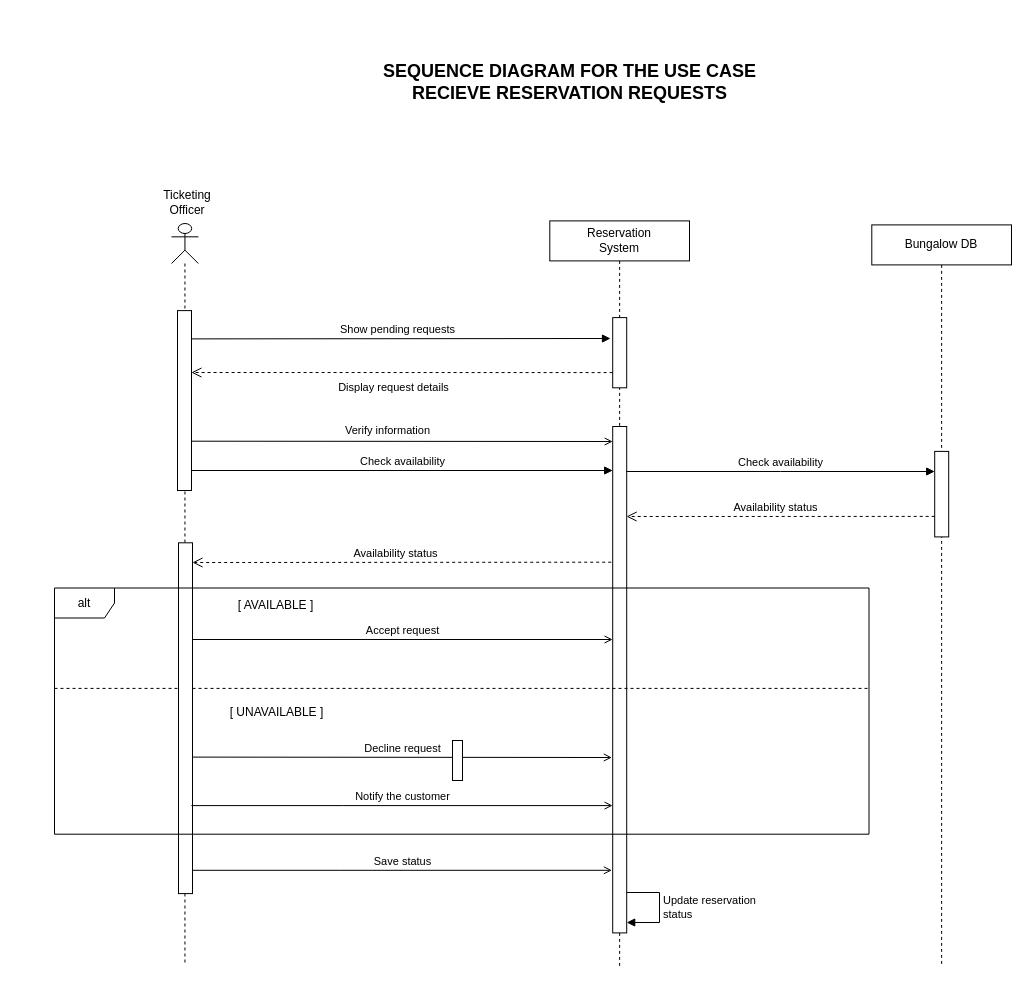
Earlier version of the draw.io diagram reservation_requests/Reservation_req_SD.drawio (Thisu2002/SE_Assignment). Source tidied: cells renumbered, new cells numbered last; positions are measured from the earlier drawing's top-left corner, leaving out a move shared by most shapes. Both pictures are drawn from the tidied source at 100%, with x=0, y=0 at pixel (54, 17).
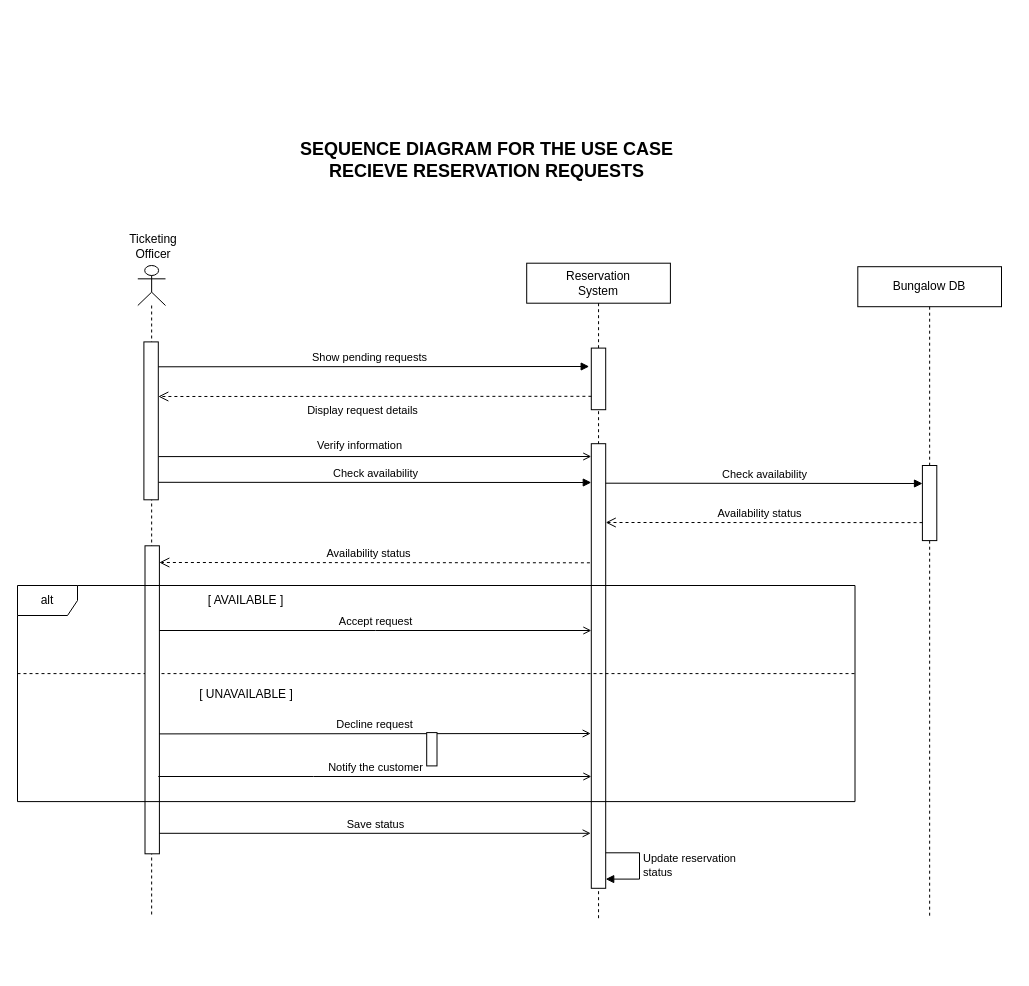
The same page after the edit.

The edit, as a diff of the source:
```diff
@@
+    <mxCell id="31" style="group;" parent="1" vertex="1">
+      <mxGeometry x="-37" y="113" width="984" height="792" as="geometry" />
+    </mxCell>
-    <mxCell id="2" style="group;" parent="1" vertex="1">
-      <mxGeometry width="957" height="951" as="geometry" />
+    <mxCell id="2" style="group;" parent="31" vertex="1">
+      <mxGeometry y="-3" width="984" height="792" as="geometry" />
     </mxCell>
+    <mxCell id="12" value="&lt;font style=&quot;font-size: 18px;&quot;&gt;&lt;b&gt;SEQUENCE DIAGRAM FOR THE USE CASE RECIEVE RESERVATION REQUESTS&lt;/b&gt;&lt;/font&gt;" style="text;html=1;strokeColor=none;fillColor=none;align=center;verticalAlign=middle;whiteSpace=wrap;rounded=0;" parent="2" vertex="1">
+      <mxGeometry x="247" width="445.3" height="65.6" as="geometry" />
+    </mxCell>
+    <mxCell id="32" style="group;" parent="2" vertex="1">
+      <mxGeometry y="103" width="984" height="689" as="geometry" />
+    </mxCell>
-    <mxCell id="3" value="Reservation&lt;div&gt;System&lt;/div&gt;" style="shape=umlLifeline;perimeter=lifelinePerimeter;whiteSpace=wrap;html=1;newEdgeStyle={&quot;edgeStyle&quot;:&quot;elbowEdgeStyle&quot;,&quot;elbow&quot;:&quot;vertical&quot;,&quot;curved&quot;:0,&quot;rounded&quot;:0};" parent="2" vertex="1">
-      <mxGeometry x="495.3" y="203.4" width="139.7" height="747.6" as="geometry" />
+    <mxCell id="3" value="Reservation&lt;div&gt;System&lt;/div&gt;" style="shape=umlLifeline;perimeter=lifelinePerimeter;whiteSpace=wrap;html=1;newEdgeStyle={&quot;edgeStyle&quot;:&quot;elbowEdgeStyle&quot;,&quot;elbow&quot;:&quot;vertical&quot;,&quot;curved&quot;:0,&quot;rounded&quot;:0};" parent="32" vertex="1">
+      <mxGeometry x="509.2" y="32.7" width="143.7" height="656.3" as="geometry" />
     </mxCell>
     <mxCell id="4" style="html=1;points=[];perimeter=orthogonalPerimeter;outlineConnect=0;targetShapes=umlLifeline;portConstraint=eastwest;newEdgeStyle={&quot;edgeStyle&quot;:&quot;elbowEdgeStyle&quot;,&quot;elbow&quot;:&quot;vertical&quot;,&quot;curved&quot;:0,&quot;rounded&quot;:0};" parent="3" vertex="1">
-      <mxGeometry x="62.9" y="205.6" width="14" height="506.4" as="geometry" />
+      <mxGeometry x="64.6" y="180.5" width="14.4" height="444.6" as="geometry" />
     </mxCell>
     <mxCell id="5" style="html=1;perimeter=orthogonalPerimeter;targetShapes=umlLifeline;newEdgeStyle={&quot;edgeStyle&quot;:&quot;elbowEdgeStyle&quot;,&quot;elbow&quot;:&quot;vertical&quot;,&quot;curved&quot;:0,&quot;rounded&quot;:0};" parent="3" vertex="1">
-      <mxGeometry x="62.9" y="96.7" width="14" height="70.2" as="geometry" />
+      <mxGeometry x="64.6" y="84.9" width="14.4" height="61.6" as="geometry" />
     </mxCell>
     <mxCell id="6" value="Update reservation&lt;div&gt;status&lt;/div&gt;" style="html=1;align=left;spacingLeft=2;endArrow=block;rounded=0;edgeStyle=orthogonalEdgeStyle;curved=0;rounded=0;" parent="3" edge="1" source="4" target="4">
       <mxGeometry relative="1" as="geometry">
         <Array as="points">
-          <mxPoint x="109.7" y="671.6" />
-          <mxPoint x="109.7" y="701.6" />
+          <mxPoint x="112.8" y="589.6" />
+          <mxPoint x="112.8" y="615.9" />
         </Array>
       </mxGeometry>
     </mxCell>
-    <mxCell id="7" value="Bungalow DB" style="shape=umlLifeline;perimeter=lifelinePerimeter;whiteSpace=wrap;html=1;newEdgeStyle={&quot;edgeStyle&quot;:&quot;elbowEdgeStyle&quot;,&quot;elbow&quot;:&quot;vertical&quot;,&quot;curved&quot;:0,&quot;rounded&quot;:0};" parent="2" vertex="1">
-      <mxGeometry x="817.3" y="207.4" width="139.7" height="740.6" as="geometry" />
+    <mxCell id="7" value="Bungalow DB" style="shape=umlLifeline;perimeter=lifelinePerimeter;whiteSpace=wrap;html=1;newEdgeStyle={&quot;edgeStyle&quot;:&quot;elbowEdgeStyle&quot;,&quot;elbow&quot;:&quot;vertical&quot;,&quot;curved&quot;:0,&quot;rounded&quot;:0};" parent="32" vertex="1">
+      <mxGeometry x="840.3" y="36.2" width="143.7" height="650.2" as="geometry" />
     </mxCell>
     <mxCell id="8" style="html=1;perimeter=orthogonalPerimeter;targetShapes=umlLifeline;newEdgeStyle={&quot;edgeStyle&quot;:&quot;elbowEdgeStyle&quot;,&quot;elbow&quot;:&quot;vertical&quot;,&quot;curved&quot;:0,&quot;rounded&quot;:0};" parent="7" vertex="1">
-      <mxGeometry x="62.9" y="226.5" width="14" height="85.5" as="geometry" />
+      <mxGeometry x="64.6" y="198.8" width="14.4" height="75.1" as="geometry" />
     </mxCell>
-    <mxCell id="9" value="Show pending requests" style="html=1;verticalAlign=bottom;endArrow=block;edgeStyle=elbowEdgeStyle;elbow=vertical;curved=0;rounded=0;" parent="2" edge="1">
+    <mxCell id="9" value="Show pending requests" style="html=1;verticalAlign=bottom;endArrow=block;edgeStyle=elbowEdgeStyle;elbow=vertical;curved=0;rounded=0;" parent="32" edge="1">
       <mxGeometry relative="1" as="geometry">
-        <mxPoint x="129.9" y="321.4" as="sourcePoint" />
-        <mxPoint x="556" y="321.4" as="targetPoint" />
+        <mxPoint x="133.6" y="136.3" as="sourcePoint" />
+        <mxPoint x="571.7" y="136.3" as="targetPoint" />
       </mxGeometry>
     </mxCell>
-    <mxCell id="10" style="endArrow=none;dashed=1;html=1;rounded=0;exitX=-0.001;exitY=0.547;exitDx=0;exitDy=0;exitPerimeter=0;entryX=0.999;entryY=0.547;entryDx=0;entryDy=0;entryPerimeter=0;" parent="2" edge="1">
+    <mxCell id="10" style="endArrow=none;dashed=1;html=1;rounded=0;exitX=-0.001;exitY=0.547;exitDx=0;exitDy=0;exitPerimeter=0;entryX=0.999;entryY=0.547;entryDx=0;entryDy=0;entryPerimeter=0;" parent="32" edge="1">
       <mxGeometry relative="1" as="geometry">
-        <mxPoint y="670.9" as="sourcePoint" />
-        <mxPoint x="814.5" y="670.9" as="targetPoint" />
+        <mxPoint y="443.1" as="sourcePoint" />
+        <mxPoint x="837.5" y="443.1" as="targetPoint" />
       </mxGeometry>
     </mxCell>
-    <mxCell id="11" value="Ticketing Officer" style="text;html=1;strokeColor=none;fillColor=none;align=center;verticalAlign=middle;whiteSpace=wrap;rounded=0;" parent="2" vertex="1">
-      <mxGeometry x="90.8" y="166.2" width="83.8" height="36.9" as="geometry" />
+    <mxCell id="11" value="Ticketing Officer" style="text;html=1;strokeColor=none;fillColor=none;align=center;verticalAlign=middle;whiteSpace=wrap;rounded=0;" parent="32" vertex="1">
+      <mxGeometry x="93.4" width="86.2" height="32.4" as="geometry" />
     </mxCell>
-    <mxCell id="12" value="&lt;font style=&quot;font-size: 18px;&quot;&gt;&lt;b&gt;SEQUENCE DIAGRAM FOR THE USE CASE RECIEVE RESERVATION REQUESTS&lt;/b&gt;&lt;/font&gt;" style="text;html=1;strokeColor=none;fillColor=none;align=center;verticalAlign=middle;whiteSpace=wrap;rounded=0;" parent="2" vertex="1">
-      <mxGeometry x="299" y="26" width="433.1" height="78.8" as="geometry" />
-    </mxCell>
-    <mxCell id="13" style="shape=umlLifeline;perimeter=lifelinePerimeter;whiteSpace=wrap;html=1;newEdgeStyle={&quot;edgeStyle&quot;:&quot;elbowEdgeStyle&quot;,&quot;elbow&quot;:&quot;vertical&quot;,&quot;curved&quot;:0,&quot;rounded&quot;:0};participant=umlActor;" parent="2" vertex="1">
-      <mxGeometry x="117" y="206" width="26.9" height="741" as="geometry" />
+    <mxCell id="13" style="shape=umlLifeline;perimeter=lifelinePerimeter;whiteSpace=wrap;html=1;newEdgeStyle={&quot;edgeStyle&quot;:&quot;elbowEdgeStyle&quot;,&quot;elbow&quot;:&quot;vertical&quot;,&quot;curved&quot;:0,&quot;rounded&quot;:0};participant=umlActor;" parent="32" vertex="1">
+      <mxGeometry x="120.3" y="35" width="27.7" height="650.5" as="geometry" />
     </mxCell>
     <mxCell id="14" style="html=1;points=[];perimeter=orthogonalPerimeter;outlineConnect=0;targetShapes=umlLifeline;portConstraint=eastwest;newEdgeStyle={&quot;edgeStyle&quot;:&quot;elbowEdgeStyle&quot;,&quot;elbow&quot;:&quot;vertical&quot;,&quot;curved&quot;:0,&quot;rounded&quot;:0};" parent="13" vertex="1">
-      <mxGeometry x="7" y="319.3" width="14" height="350.8" as="geometry" />
+      <mxGeometry x="7.2" y="280.3" width="14.4" height="308" as="geometry" />
     </mxCell>
-    <mxCell id="15" value="alt" style="shape=umlFrame;whiteSpace=wrap;html=1;" parent="2" vertex="1">
-      <mxGeometry y="570.5" width="814.5" height="246.2" as="geometry" />
+    <mxCell id="15" value="alt" style="shape=umlFrame;whiteSpace=wrap;html=1;" parent="32" vertex="1">
+      <mxGeometry y="355" width="837.5" height="216.1" as="geometry" />
     </mxCell>
-    <mxCell id="16" value="Display request details" style="html=1;verticalAlign=bottom;endArrow=open;dashed=1;endSize=8;edgeStyle=elbowEdgeStyle;elbow=vertical;curved=0;rounded=0;" parent="2" edge="1">
+    <mxCell id="16" value="Display request details" style="html=1;verticalAlign=bottom;endArrow=open;dashed=1;endSize=8;edgeStyle=elbowEdgeStyle;elbow=vertical;curved=0;rounded=0;" parent="32" edge="1">
       <mxGeometry x="-1" y="-143" relative="1" as="geometry">
-        <mxPoint x="196.9" y="359.7" as="sourcePoint" />
-        <mxPoint x="196.9" y="359.4" as="targetPoint" />
+        <mxPoint x="202.5" y="169.9" as="sourcePoint" />
+        <mxPoint x="202.5" y="169.7" as="targetPoint" />
         <mxPoint x="-1" y="19" as="offset" />
       </mxGeometry>
     </mxCell>
-    <mxCell id="17" value="Verify information" style="html=1;verticalAlign=bottom;endArrow=open;edgeStyle=elbowEdgeStyle;elbow=vertical;curved=0;rounded=0;endFill=0;" parent="2" edge="1" target="4">
+    <mxCell id="17" value="Verify information" style="html=1;verticalAlign=bottom;endArrow=open;edgeStyle=elbowEdgeStyle;elbow=vertical;curved=0;rounded=0;endFill=0;" parent="32" edge="1" target="4">
       <mxGeometry x="-0.07" y="2" relative="1" as="geometry">
-        <mxPoint x="136.9" y="423.7" as="sourcePoint" />
+        <mxPoint x="140.8" y="226.1" as="sourcePoint" />
       </mxGeometry>
     </mxCell>
-    <mxCell id="18" value="Check availability" style="html=1;verticalAlign=bottom;endArrow=block;edgeStyle=elbowEdgeStyle;elbow=vertical;curved=0;rounded=0;" parent="2" edge="1" target="4">
+    <mxCell id="18" value="Check availability" style="html=1;verticalAlign=bottom;endArrow=block;edgeStyle=elbowEdgeStyle;elbow=vertical;curved=0;rounded=0;" parent="32" edge="1" target="4">
       <mxGeometry relative="1" as="geometry">
-        <mxPoint x="136.9" y="453" as="sourcePoint" />
+        <mxPoint x="140.8" y="251.8" as="sourcePoint" />
       </mxGeometry>
     </mxCell>
-    <mxCell id="19" value="Check availability" style="html=1;verticalAlign=bottom;endArrow=block;edgeStyle=elbowEdgeStyle;elbow=vertical;curved=0;rounded=0;" parent="2" edge="1">
+    <mxCell id="19" value="Check availability" style="html=1;verticalAlign=bottom;endArrow=block;edgeStyle=elbowEdgeStyle;elbow=vertical;curved=0;rounded=0;" parent="32" edge="1">
       <mxGeometry relative="1" as="geometry">
-        <mxPoint x="572.1" y="454" as="sourcePoint" />
-        <mxPoint x="880.2" y="454" as="targetPoint" />
+        <mxPoint x="588.2" y="252.7" as="sourcePoint" />
+        <mxPoint x="905" y="252.7" as="targetPoint" />
       </mxGeometry>
     </mxCell>
-    <mxCell id="20" style="html=1;verticalAlign=bottom;endArrow=open;dashed=1;endSize=8;edgeStyle=elbowEdgeStyle;elbow=vertical;curved=0;rounded=0;" parent="2" edge="1">
+    <mxCell id="20" style="html=1;verticalAlign=bottom;endArrow=open;dashed=1;endSize=8;edgeStyle=elbowEdgeStyle;elbow=vertical;curved=0;rounded=0;" parent="32" edge="1">
       <mxGeometry x="0.03" relative="1" as="geometry">
-        <mxPoint x="558.1" y="355.1" as="sourcePoint" />
-        <mxPoint x="136.9" y="355.1" as="targetPoint" />
+        <mxPoint x="573.9" y="165.8" as="sourcePoint" />
+        <mxPoint x="140.8" y="165.8" as="targetPoint" />
       </mxGeometry>
     </mxCell>
-    <mxCell id="21" style="html=1;perimeter=orthogonalPerimeter;targetShapes=umlLifeline;newEdgeStyle={&quot;curved&quot;:0,&quot;rounded&quot;:0};" parent="2" vertex="1">
-      <mxGeometry x="123" y="293.1" width="14" height="179.9" as="geometry" />
+    <mxCell id="21" style="html=1;perimeter=orthogonalPerimeter;targetShapes=umlLifeline;newEdgeStyle={&quot;curved&quot;:0,&quot;rounded&quot;:0};" parent="32" vertex="1">
+      <mxGeometry x="126.4" y="111.4" width="14.4" height="157.9" as="geometry" />
     </mxCell>
-    <mxCell id="22" value="[ AVAILABLE ]" style="text;html=1;strokeColor=none;fillColor=none;align=center;verticalAlign=middle;whiteSpace=wrap;rounded=0;" parent="2" vertex="1">
-      <mxGeometry x="155.1" y="569.1" width="132.7" height="36.9" as="geometry" />
+    <mxCell id="22" value="[ AVAILABLE ]" style="text;html=1;strokeColor=none;fillColor=none;align=center;verticalAlign=middle;whiteSpace=wrap;rounded=0;" parent="32" vertex="1">
+      <mxGeometry x="159.5" y="353.8" width="136.5" height="32.4" as="geometry" />
     </mxCell>
-    <mxCell id="23" value="Accept request" style="html=1;verticalAlign=bottom;endArrow=open;edgeStyle=elbowEdgeStyle;elbow=vertical;curved=0;rounded=0;endFill=0;" parent="2" edge="1" source="14">
+    <mxCell id="23" value="Accept request" style="html=1;verticalAlign=bottom;endArrow=open;edgeStyle=elbowEdgeStyle;elbow=vertical;curved=0;rounded=0;endFill=0;" parent="32" edge="1" source="14">
       <mxGeometry relative="1" as="geometry">
-        <mxPoint x="558.1" y="621.8" as="targetPoint" />
+        <mxPoint x="573.9" y="400" as="targetPoint" />
       </mxGeometry>
     </mxCell>
-    <mxCell id="24" value="[ UNAVAILABLE ]" style="text;html=1;strokeColor=none;fillColor=none;align=center;verticalAlign=middle;whiteSpace=wrap;rounded=0;" parent="2" vertex="1">
-      <mxGeometry x="141.7" y="676.5" width="161.4" height="36.9" as="geometry" />
+    <mxCell id="24" value="[ UNAVAILABLE ]" style="text;html=1;strokeColor=none;fillColor=none;align=center;verticalAlign=middle;whiteSpace=wrap;rounded=0;" parent="32" vertex="1">
+      <mxGeometry x="145.7" y="448" width="165.9" height="32.4" as="geometry" />
     </mxCell>
-    <mxCell id="25" value="Notify the customer" style="html=1;verticalAlign=bottom;endArrow=open;edgeStyle=elbowEdgeStyle;elbow=vertical;curved=0;rounded=0;endFill=0;" parent="2" edge="1">
+    <mxCell id="25" value="Notify the customer" style="html=1;verticalAlign=bottom;endArrow=open;edgeStyle=elbowEdgeStyle;elbow=vertical;curved=0;rounded=0;endFill=0;" parent="32" edge="1">
       <mxGeometry relative="1" as="geometry">
-        <mxPoint x="136.9" y="788.1" as="sourcePoint" />
-        <mxPoint x="558.1" y="788.1" as="targetPoint" />
+        <mxPoint x="140.8" y="546" as="sourcePoint" />
+        <mxPoint x="573.9" y="546" as="targetPoint" />
         <Array as="points">
-          <mxPoint x="287.8" y="788.1" />
-          <mxPoint x="103.4" y="721.6" />
+          <mxPoint x="295.9" y="546" />
+          <mxPoint x="106.3" y="487.6" />
         </Array>
       </mxGeometry>
     </mxCell>
-    <mxCell id="26" value="Availability status" style="html=1;verticalAlign=bottom;endArrow=open;dashed=1;endSize=8;edgeStyle=elbowEdgeStyle;elbow=vertical;curved=0;rounded=0;" parent="2" edge="1">
+    <mxCell id="26" value="Availability status" style="html=1;verticalAlign=bottom;endArrow=open;dashed=1;endSize=8;edgeStyle=elbowEdgeStyle;elbow=vertical;curved=0;rounded=0;" parent="32" edge="1">
       <mxGeometry x="0.03" relative="1" as="geometry">
-        <mxPoint x="880.2" y="498.9" as="sourcePoint" />
-        <mxPoint x="572.1" y="498.9" as="targetPoint" />
+        <mxPoint x="905" y="292.1" as="sourcePoint" />
+        <mxPoint x="588.2" y="292.1" as="targetPoint" />
       </mxGeometry>
     </mxCell>
-    <mxCell id="27" value="Availability status" style="html=1;verticalAlign=bottom;endArrow=open;dashed=1;endSize=8;edgeStyle=elbowEdgeStyle;elbow=vertical;curved=0;rounded=0;" parent="2" edge="1">
+    <mxCell id="27" value="Availability status" style="html=1;verticalAlign=bottom;endArrow=open;dashed=1;endSize=8;edgeStyle=elbowEdgeStyle;elbow=vertical;curved=0;rounded=0;" parent="32" edge="1">
       <mxGeometry x="0.03" relative="1" as="geometry">
-        <mxPoint x="556.7" y="544.7" as="sourcePoint" />
-        <mxPoint x="138" y="544.9" as="targetPoint" />
+        <mxPoint x="572.4" y="332.3" as="sourcePoint" />
+        <mxPoint x="141.8" y="332.5" as="targetPoint" />
       </mxGeometry>
     </mxCell>
-    <mxCell id="28" value="Decline request" style="html=1;verticalAlign=bottom;endArrow=open;edgeStyle=elbowEdgeStyle;elbow=vertical;curved=0;rounded=0;endFill=0;" parent="2" edge="1">
+    <mxCell id="28" value="Decline request" style="html=1;verticalAlign=bottom;endArrow=open;edgeStyle=elbowEdgeStyle;elbow=vertical;curved=0;rounded=0;endFill=0;" parent="32" edge="1">
       <mxGeometry relative="1" as="geometry">
-        <mxPoint x="138" y="739.6" as="sourcePoint" />
-        <mxPoint x="557.4" y="739.4" as="targetPoint" />
+        <mxPoint x="141.8" y="503.4" as="sourcePoint" />
+        <mxPoint x="573.2" y="503.3" as="targetPoint" />
       </mxGeometry>
     </mxCell>
-    <mxCell id="29" value="Save status" style="html=1;verticalAlign=bottom;endArrow=open;edgeStyle=elbowEdgeStyle;elbow=vertical;curved=0;rounded=0;endFill=0;" parent="2" edge="1" source="14">
+    <mxCell id="29" value="Save status" style="html=1;verticalAlign=bottom;endArrow=open;edgeStyle=elbowEdgeStyle;elbow=vertical;curved=0;rounded=0;endFill=0;" parent="32" edge="1" source="14">
       <mxGeometry relative="1" as="geometry">
-        <mxPoint x="557.4" y="852.8" as="targetPoint" />
+        <mxPoint x="573.2" y="602.8" as="targetPoint" />
         <Array as="points">
-          <mxPoint x="286.4" y="852.8" />
-          <mxPoint x="102" y="786.4" />
+          <mxPoint x="294.5" y="602.8" />
+          <mxPoint x="104.9" y="544.5" />
         </Array>
       </mxGeometry>
     </mxCell>
-    <mxCell id="30" style="html=1;perimeter=orthogonalPerimeter;targetShapes=umlLifeline;newEdgeStyle={&quot;curved&quot;:0,&quot;rounded&quot;:0};" parent="1" vertex="1">
-      <mxGeometry x="398" y="723" width="10" height="40" as="geometry" />
+    <mxCell id="30" style="html=1;perimeter=orthogonalPerimeter;targetShapes=umlLifeline;newEdgeStyle={&quot;curved&quot;:0,&quot;rounded&quot;:0};" parent="31" vertex="1">
+      <mxGeometry x="409.2" y="602.1" width="10.3" height="33.3" as="geometry" />
     </mxCell>
```
